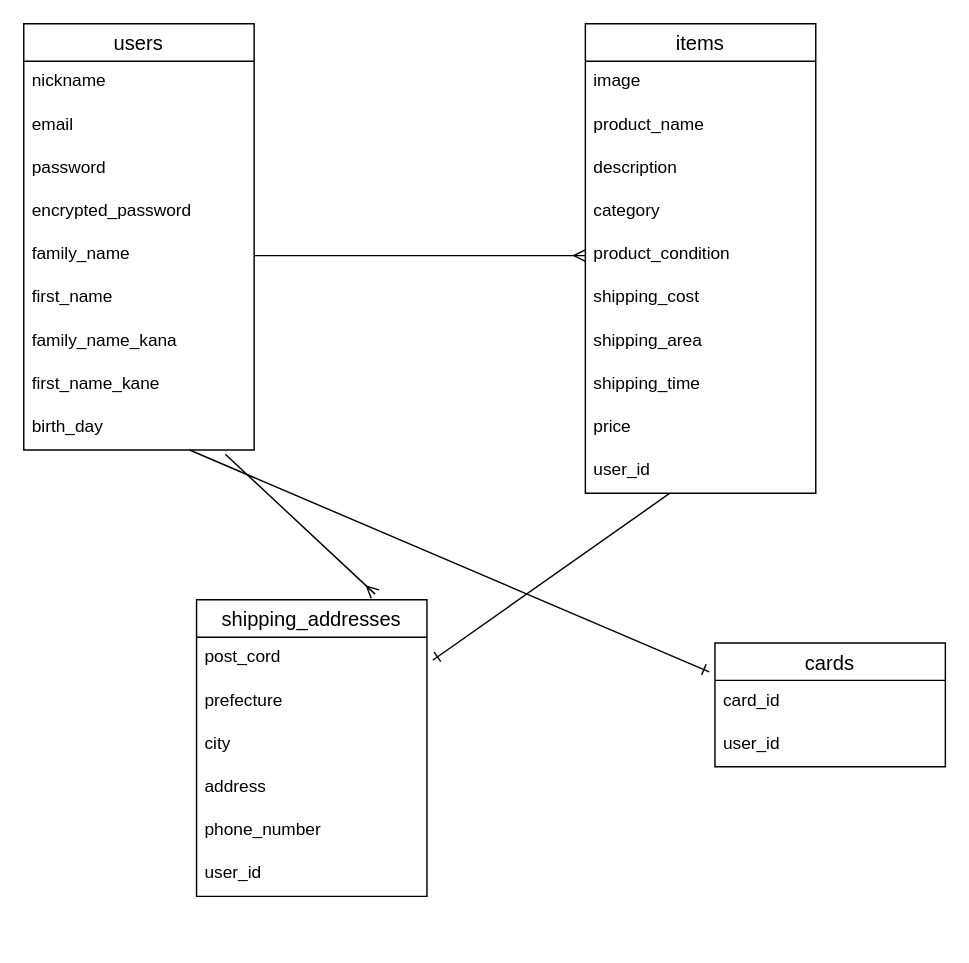
Earlier version of the draw.io diagram furima.dio (hrsts1984/furima-40911). Source tidied: cells renumbered, new cells numbered last; positions are measured from the earlier drawing's top-left corner, leaving out a move shared by most shapes. Both pictures are drawn from the tidied source at 144%, with x=0, y=0 at pixel (23, 23).
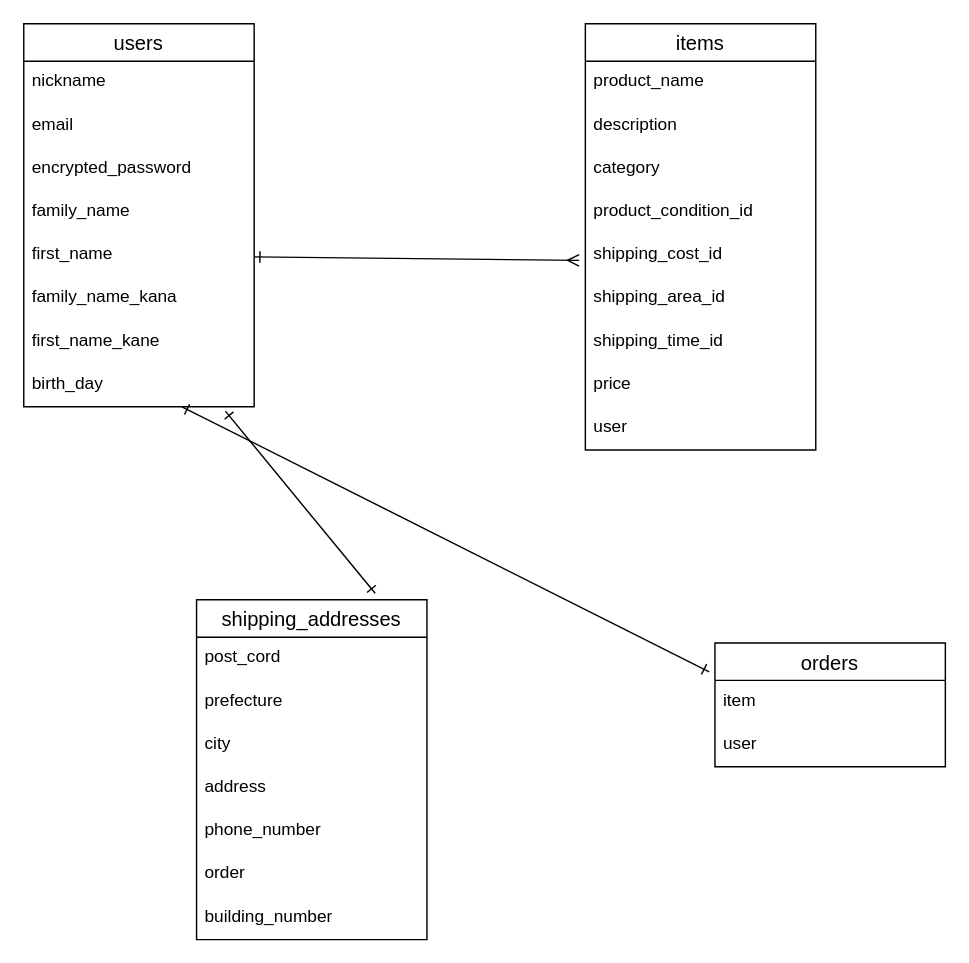
The same page after the edit.

Unchanged cells that the change refers to:
```xml
<mxCell id="27" value="post_cord" style="text;strokeColor=none;fillColor=none;spacingLeft=4;spacingRight=4;overflow=hidden;points=[[0,0.5],[1,0.5]];portConstraint=eastwest;fontSize=12;" parent="26" vertex="1">
  <mxGeometry y="26" width="160" height="30" as="geometry" />
</mxCell>
```

What changed in the source:
```diff
@@
     <mxCell id="2" value="users" style="swimlane;fontStyle=0;horizontal=1;startSize=26;align=center;fontSize=14;" parent="1" vertex="1">
-      <mxGeometry width="160" height="296" as="geometry" />
+      <mxGeometry width="160" height="266" as="geometry" />
     </mxCell>
@@
-    <mxCell id="5" value="password" style="text;strokeColor=none;fillColor=none;spacingLeft=4;spacingRight=4;overflow=hidden;fontSize=12;" parent="2" vertex="1">
-      <mxGeometry y="86" width="160" height="30" as="geometry" />
-    </mxCell>
     <mxCell id="6" value="encrypted_password" style="text;strokeColor=none;fillColor=none;spacingLeft=4;spacingRight=4;overflow=hidden;fontSize=12;" parent="2" vertex="1">
-      <mxGeometry y="116" width="160" height="30" as="geometry" />
+      <mxGeometry y="86" width="160" height="30" as="geometry" />
     </mxCell>
     <mxCell id="7" value="family_name" style="text;strokeColor=none;fillColor=none;spacingLeft=4;spacingRight=4;overflow=hidden;points=[[0,0.5],[1,0.5]];portConstraint=eastwest;fontSize=12;" parent="2" vertex="1">
-      <mxGeometry y="146" width="160" height="30" as="geometry" />
+      <mxGeometry y="116" width="160" height="30" as="geometry" />
     </mxCell>
     <mxCell id="8" value="first_name" style="text;strokeColor=none;fillColor=none;spacingLeft=4;spacingRight=4;overflow=hidden;points=[[0,0.5],[1,0.5]];portConstraint=eastwest;fontSize=12;" parent="2" vertex="1">
-      <mxGeometry y="176" width="160" height="30" as="geometry" />
+      <mxGeometry y="146" width="160" height="30" as="geometry" />
     </mxCell>
     <mxCell id="9" value="family_name_kana" style="text;strokeColor=none;fillColor=none;spacingLeft=4;spacingRight=4;overflow=hidden;fontSize=12;" parent="2" vertex="1">
-      <mxGeometry y="206" width="160" height="30" as="geometry" />
+      <mxGeometry y="176" width="160" height="30" as="geometry" />
     </mxCell>
     <mxCell id="10" value="first_name_kane" style="text;strokeColor=none;fillColor=none;spacingLeft=4;spacingRight=4;overflow=hidden;fontSize=12;" parent="2" vertex="1">
-      <mxGeometry y="236" width="160" height="30" as="geometry" />
+      <mxGeometry y="206" width="160" height="30" as="geometry" />
     </mxCell>
     <mxCell id="11" value="birth_day" style="text;strokeColor=none;fillColor=none;spacingLeft=4;spacingRight=4;overflow=hidden;points=[[0,0.5],[1,0.5]];portConstraint=eastwest;fontSize=12;" parent="2" vertex="1">
-      <mxGeometry y="266" width="160" height="30" as="geometry" />
+      <mxGeometry y="236" width="160" height="30" as="geometry" />
     </mxCell>
     <mxCell id="12" value="items" style="swimlane;fontStyle=0;horizontal=1;startSize=26;align=center;fontSize=14;" parent="1" vertex="1">
-      <mxGeometry x="390" width="160" height="326" as="geometry" />
+      <mxGeometry x="390" width="160" height="296" as="geometry" />
     </mxCell>
-    <mxCell id="13" value="image" style="text;strokeColor=none;fillColor=none;spacingLeft=4;spacingRight=4;overflow=hidden;fontSize=12;" parent="12" vertex="1">
-      <mxGeometry y="26" width="160" height="30" as="geometry" />
-    </mxCell>
     <mxCell id="14" value="product_name" style="text;strokeColor=none;fillColor=none;spacingLeft=4;spacingRight=4;overflow=hidden;fontSize=12;" parent="12" vertex="1">
-      <mxGeometry y="56" width="160" height="30" as="geometry" />
+      <mxGeometry y="26" width="160" height="30" as="geometry" />
     </mxCell>
     <mxCell id="15" value="description" style="text;strokeColor=none;fillColor=none;spacingLeft=4;spacingRight=4;overflow=hidden;fontSize=12;" parent="12" vertex="1">
-      <mxGeometry y="86" width="160" height="30" as="geometry" />
+      <mxGeometry y="56" width="160" height="30" as="geometry" />
     </mxCell>
     <mxCell id="16" value="category" style="text;strokeColor=none;fillColor=none;spacingLeft=4;spacingRight=4;overflow=hidden;fontSize=12;" parent="12" vertex="1">
-      <mxGeometry y="116" width="160" height="30" as="geometry" />
+      <mxGeometry y="86" width="160" height="30" as="geometry" />
     </mxCell>
-    <mxCell id="17" value="product_condition" style="text;strokeColor=none;fillColor=none;spacingLeft=4;spacingRight=4;overflow=hidden;points=[[0,0.5],[1,0.5]];portConstraint=eastwest;fontSize=12;" parent="12" vertex="1">
-      <mxGeometry y="146" width="160" height="30" as="geometry" />
+    <mxCell id="17" value="product_condition_id" style="text;strokeColor=none;fillColor=none;spacingLeft=4;spacingRight=4;overflow=hidden;points=[[0,0.5],[1,0.5]];portConstraint=eastwest;fontSize=12;" parent="12" vertex="1">
+      <mxGeometry y="116" width="160" height="30" as="geometry" />
     </mxCell>
-    <mxCell id="18" value="shipping_cost" style="text;strokeColor=none;fillColor=none;spacingLeft=4;spacingRight=4;overflow=hidden;points=[[0,0.5],[1,0.5]];portConstraint=eastwest;fontSize=12;" parent="12" vertex="1">
-      <mxGeometry y="176" width="160" height="30" as="geometry" />
+    <mxCell id="18" value="shipping_cost_id" style="text;strokeColor=none;fillColor=none;spacingLeft=4;spacingRight=4;overflow=hidden;points=[[0,0.5],[1,0.5]];portConstraint=eastwest;fontSize=12;" parent="12" vertex="1">
+      <mxGeometry y="146" width="160" height="30" as="geometry" />
     </mxCell>
-    <mxCell id="19" value="shipping_area" style="text;strokeColor=none;fillColor=none;spacingLeft=4;spacingRight=4;overflow=hidden;fontSize=12;" parent="12" vertex="1">
-      <mxGeometry y="206" width="160" height="30" as="geometry" />
+    <mxCell id="19" value="shipping_area_id" style="text;strokeColor=none;fillColor=none;spacingLeft=4;spacingRight=4;overflow=hidden;fontSize=12;" parent="12" vertex="1">
+      <mxGeometry y="176" width="160" height="30" as="geometry" />
     </mxCell>
-    <mxCell id="20" value="shipping_time" style="text;strokeColor=none;fillColor=none;spacingLeft=4;spacingRight=4;overflow=hidden;fontSize=12;" parent="12" vertex="1">
-      <mxGeometry y="236" width="160" height="30" as="geometry" />
+    <mxCell id="20" value="shipping_time_id&#10;" style="text;strokeColor=none;fillColor=none;spacingLeft=4;spacingRight=4;overflow=hidden;fontSize=12;" parent="12" vertex="1">
+      <mxGeometry y="206" width="160" height="30" as="geometry" />
     </mxCell>
     <mxCell id="21" value="price" style="text;strokeColor=none;fillColor=none;spacingLeft=4;spacingRight=4;overflow=hidden;fontSize=12;" parent="12" vertex="1">
-      <mxGeometry y="266" width="160" height="30" as="geometry" />
+      <mxGeometry y="236" width="160" height="30" as="geometry" />
     </mxCell>
-    <mxCell id="22" value="user_id" style="text;strokeColor=none;fillColor=none;spacingLeft=4;spacingRight=4;overflow=hidden;points=[[0,0.5],[1,0.5]];portConstraint=eastwest;fontSize=12;" parent="12" vertex="1">
-      <mxGeometry y="296" width="160" height="30" as="geometry" />
+    <mxCell id="22" value="user" style="text;strokeColor=none;fillColor=none;spacingLeft=4;spacingRight=4;overflow=hidden;points=[[0,0.5],[1,0.5]];portConstraint=eastwest;fontSize=12;" parent="12" vertex="1">
+      <mxGeometry y="266" width="160" height="30" as="geometry" />
     </mxCell>
-    <mxCell id="23" value="cards" style="swimlane;fontStyle=0;horizontal=1;startSize=26;align=center;fontSize=14;" parent="1" vertex="1">
+    <mxCell id="23" value="orders" style="swimlane;fontStyle=0;horizontal=1;startSize=26;align=center;fontSize=14;" parent="1" vertex="1">
       <mxGeometry x="480" y="430" width="160" height="86" as="geometry" />
     </mxCell>
-    <mxCell id="24" value="card_id" style="text;strokeColor=none;fillColor=none;spacingLeft=4;spacingRight=4;overflow=hidden;fontSize=12;" parent="23" vertex="1">
+    <mxCell id="24" value="item" style="text;strokeColor=none;fillColor=none;spacingLeft=4;spacingRight=4;overflow=hidden;fontSize=12;" parent="23" vertex="1">
       <mxGeometry y="26" width="160" height="30" as="geometry" />
     </mxCell>
-    <mxCell id="25" value="user_id" style="text;strokeColor=none;fillColor=none;spacingLeft=4;spacingRight=4;overflow=hidden;fontSize=12;" parent="23" vertex="1">
+    <mxCell id="25" value="user" style="text;strokeColor=none;fillColor=none;spacingLeft=4;spacingRight=4;overflow=hidden;fontSize=12;" parent="23" vertex="1">
       <mxGeometry y="56" width="160" height="30" as="geometry" />
     </mxCell>
     <mxCell id="26" value="shipping_addresses" style="swimlane;fontStyle=0;horizontal=1;startSize=26;align=center;fontSize=14;" parent="1" vertex="1">
-      <mxGeometry x="120" y="400" width="160" height="206" as="geometry" />
+      <mxGeometry x="120" y="400" width="160" height="236" as="geometry" />
     </mxCell>
@@
-    <mxCell id="32" value="user_id" style="text;strokeColor=none;fillColor=none;spacingLeft=4;spacingRight=4;overflow=hidden;fontSize=12;" parent="26" vertex="1">
+    <mxCell id="32" value="order" style="text;strokeColor=none;fillColor=none;spacingLeft=4;spacingRight=4;overflow=hidden;fontSize=12;" parent="26" vertex="1">
       <mxGeometry y="176" width="160" height="30" as="geometry" />
     </mxCell>
-    <mxCell id="33" style="edgeStyle=none;html=1;entryX=0;entryY=0.5;entryDx=0;entryDy=0;entryPerimeter=0;endArrow=ERmany;endFill=0;" parent="1" edge="1" source="7" target="17">
-      <mxGeometry relative="1" as="geometry" />
-    </mxCell>
-    <mxCell id="34" style="edgeStyle=none;html=1;entryX=1.025;entryY=0.533;entryDx=0;entryDy=0;entryPerimeter=0;endArrow=ERone;endFill=0;" parent="1" edge="1" source="22" target="27">
-      <mxGeometry relative="1" as="geometry" />
-    </mxCell>
+    <mxCell id="37" value="building_number" style="text;strokeColor=none;fillColor=none;spacingLeft=4;spacingRight=4;overflow=hidden;fontSize=12;" parent="26" vertex="1">
+      <mxGeometry y="206" width="160" height="30" as="geometry" />
+    </mxCell>
-    <mxCell id="35" style="edgeStyle=none;html=1;entryX=0.775;entryY=-0.019;entryDx=0;entryDy=0;entryPerimeter=0;endArrow=ERmany;endFill=0;exitX=0.875;exitY=1.1;exitDx=0;exitDy=0;exitPerimeter=0;" parent="1" edge="1" source="11" target="26">
+    <mxCell id="35" style="edgeStyle=none;html=1;entryX=0.775;entryY=-0.019;entryDx=0;entryDy=0;entryPerimeter=0;endArrow=ERone;endFill=0;exitX=0.875;exitY=1.1;exitDx=0;exitDy=0;exitPerimeter=0;startArrow=ERone;startFill=0;" parent="1" edge="1" source="11" target="26">
       <mxGeometry relative="1" as="geometry" />
     </mxCell>
-    <mxCell id="36" style="edgeStyle=none;html=1;entryX=-0.025;entryY=0.233;entryDx=0;entryDy=0;entryPerimeter=0;endArrow=ERone;endFill=0;" parent="1" edge="1" source="11" target="23">
+    <mxCell id="36" style="edgeStyle=none;html=1;entryX=-0.025;entryY=0.233;entryDx=0;entryDy=0;entryPerimeter=0;endArrow=ERone;endFill=0;startArrow=ERone;startFill=0;" parent="1" edge="1" source="11" target="23">
       <mxGeometry relative="1" as="geometry" />
     </mxCell>
+    <mxCell id="38" style="edgeStyle=none;html=1;entryX=-0.027;entryY=0.611;entryDx=0;entryDy=0;entryPerimeter=0;endArrow=ERmany;endFill=0;startArrow=ERone;startFill=0;" parent="1" edge="1" source="8" target="18">
+      <mxGeometry relative="1" as="geometry" />
+    </mxCell>
```
